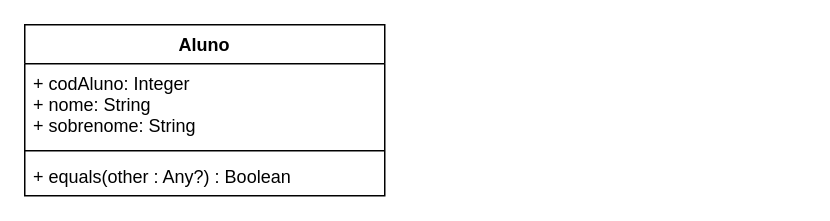
Earlier version of the draw.io diagram Desafio1DigitalHouse.drawio (eneri-jr/Desafio1DigitalHouse). Source tidied: cells renumbered, new cells numbered last; positions are measured from the earlier drawing's top-left corner, leaving out a move shared by most shapes. Both pictures are drawn from the tidied source at 150%, with x=0, y=0 at pixel (24, 24).
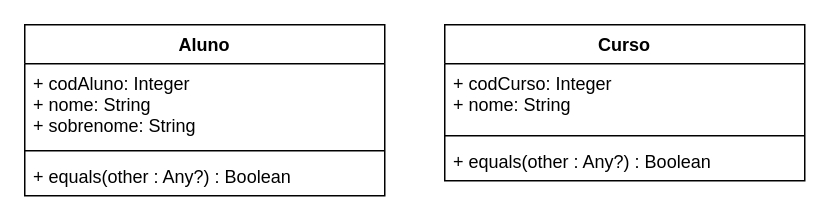
Above is the later version.

Commit message (it also covers changes not shown here):
Criacao Parte B (Classe Curso)

Change to the diagram source:
```diff
@@
 <mxGraphModel>
   <root>
     <mxCell id="0" />
     <mxCell id="1" parent="0" />
     <mxCell id="2" value="Aluno" style="swimlane;fontStyle=1;align=center;verticalAlign=top;horizontal=1;startSize=26;" parent="1" vertex="1">
       <mxGeometry width="240" height="114" as="geometry" />
     </mxCell>
     <mxCell id="3" value="+ codAluno: Integer&#10;+ nome: String&#10;+ sobrenome: String&#10;" style="text;strokeColor=none;fillColor=none;align=left;verticalAlign=top;spacingLeft=4;spacingRight=4;overflow=hidden;" parent="2" vertex="1">
       <mxGeometry y="26" width="240" height="54" as="geometry" />
     </mxCell>
     <mxCell id="4" style="line;strokeWidth=1;fillColor=none;align=left;verticalAlign=middle;spacingTop=-1;spacingLeft=3;spacingRight=3;labelPosition=right;" parent="2" vertex="1">
       <mxGeometry y="80" width="240" height="8" as="geometry" />
     </mxCell>
     <mxCell id="5" value="+ equals(other : Any?) : Boolean" style="text;strokeColor=none;fillColor=none;align=left;verticalAlign=top;spacingLeft=4;spacingRight=4;overflow=hidden;" parent="2" vertex="1">
       <mxGeometry y="88" width="240" height="26" as="geometry" />
     </mxCell>
+    <mxCell id="6" value="Curso" style="swimlane;fontStyle=1;align=center;verticalAlign=top;horizontal=1;startSize=26;" parent="1" vertex="1">
+      <mxGeometry x="280" width="240" height="104" as="geometry" />
+    </mxCell>
+    <mxCell id="7" value="+ codCurso: Integer&#10;+ nome: String&#10;" style="text;strokeColor=none;fillColor=none;align=left;verticalAlign=top;spacingLeft=4;spacingRight=4;overflow=hidden;" parent="6" vertex="1">
+      <mxGeometry y="26" width="240" height="44" as="geometry" />
+    </mxCell>
+    <mxCell id="8" style="line;strokeWidth=1;fillColor=none;align=left;verticalAlign=middle;spacingTop=-1;spacingLeft=3;spacingRight=3;labelPosition=right;" parent="6" vertex="1">
+      <mxGeometry y="70" width="240" height="8" as="geometry" />
+    </mxCell>
+    <mxCell id="9" value="+ equals(other : Any?) : Boolean" style="text;strokeColor=none;fillColor=none;align=left;verticalAlign=top;spacingLeft=4;spacingRight=4;overflow=hidden;" parent="6" vertex="1">
+      <mxGeometry y="78" width="240" height="26" as="geometry" />
+    </mxCell>
   </root>
 </mxGraphModel>
```
